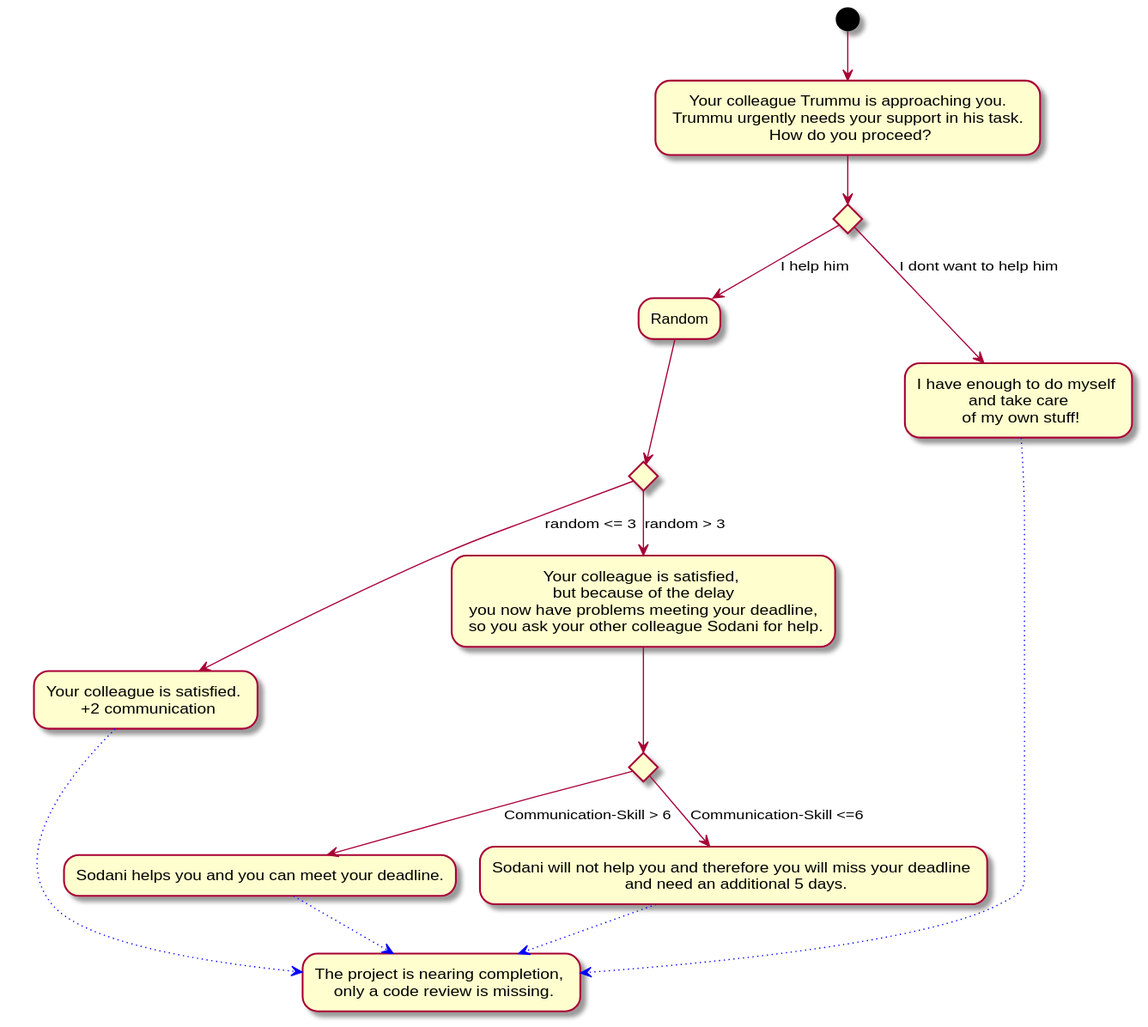
Brotenko/QualityQuest keeps this PlantUML diagram as Docs/Technical Specifications/docs/diagrams/StoryFlow/StoryFlow_Decision_13.svg. Above is the earlier version.
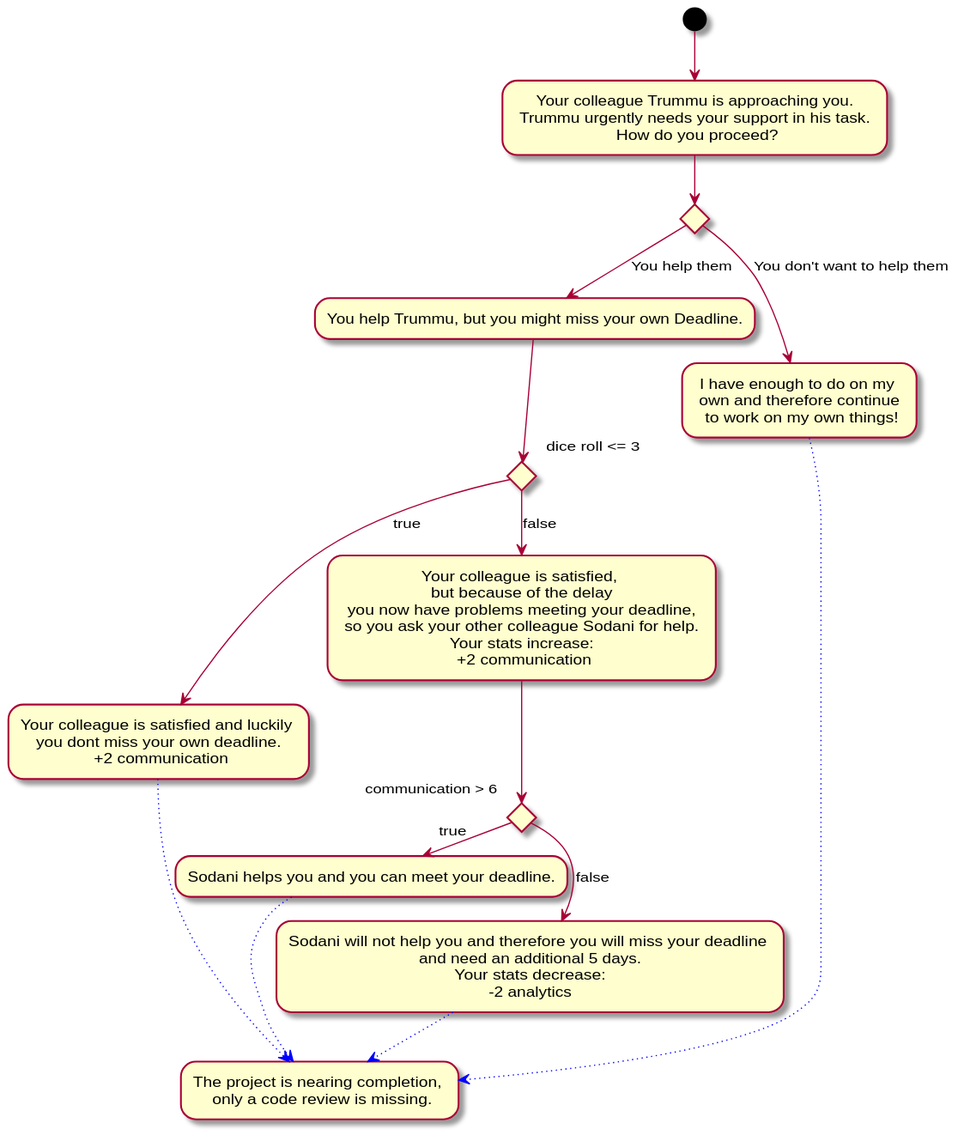
The same diagram one commit later.

Change to the diagram source:
```diff
@@ -1,20 +1,20 @@
 @startuml
 (*) --> "Your colleague Trummu is approaching you.\n Trummu urgently needs your support in his task. \n How do you proceed?"
 if "" then
---> [I help him] "Random"
-if "" then
---> [random <= 3] "Your colleague is satisfied. \n +2 communication" as a
+--> [You help them] "You help Trummu, but you might miss your own Deadline."
+if "dice roll <= 3" then
+--> [true] "Your colleague is satisfied and luckily \n you dont miss your own deadline. \n +2 communication" as a
 else
---> [random > 3] "Your colleague is satisfied, \n but because of the delay \n you now have problems meeting your deadline, \n so you ask your other colleague Sodani for help." as b
-if "" then
---> [Communication-Skill > 6] "Sodani helps you and you can meet your deadline." as c
+--> [false] "Your colleague is satisfied, \n but because of the delay \n you now have problems meeting your deadline, \n so you ask your other colleague Sodani for help. \n Your stats increase: \n +2 communication" as b
+if "communication > 6" then
+-right-> [true] "Sodani helps you and you can meet your deadline." as c
 else
---> [Communication-Skill <=6] "Sodani will not help you and therefore you will miss your deadline \n and need an additional 5 days."
+--> [false] "Sodani will not help you and therefore you will miss your deadline \n and need an additional 5 days. \n Your stats decrease: \n-2 analytics"
 -[#blue,dotted]-> "The project is nearing completion, \n only a code review is missing." as ende
 endif
 endif
 else
---> [I dont want to help him] "I have enough to do myself \n and take care \n of my own stuff!" as assi
+--> [You don't want to help them] "I have enough to do on my \n own and therefore continue \n to work on my own things!" as assi
 endif
 a -[#blue,dotted]-> ende
 c -[#blue,dotted]-> ende
```
